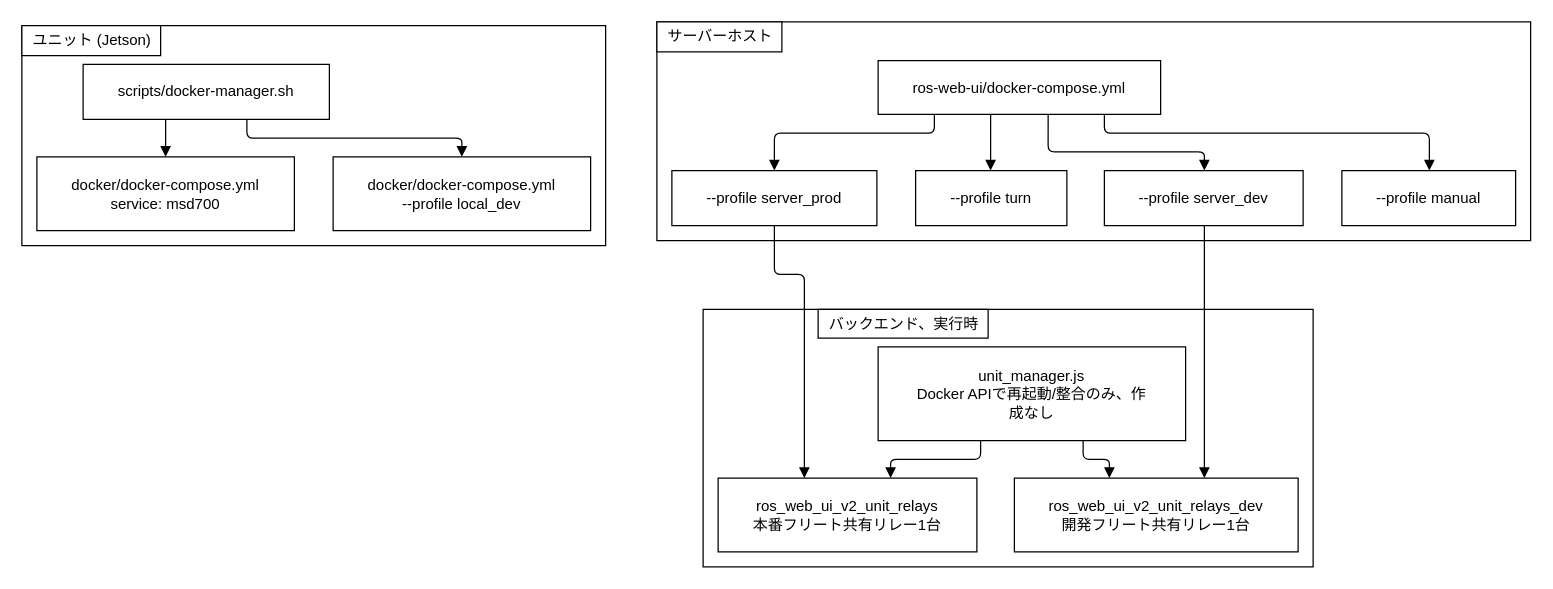
This is docs/ja/setup/diagrams/docker-reference-which-compose-file.drawio from itbdelaboprogramming/msd700_documentation, a draw.io file, before an edit. Source tidied: cells renumbered, new cells numbered last; positions are measured from the earlier drawing's top-left corner, leaving out a move shared by most shapes. Both pictures are drawn from the tidied source at 125%, with x=0, y=0 at pixel (21, 21).
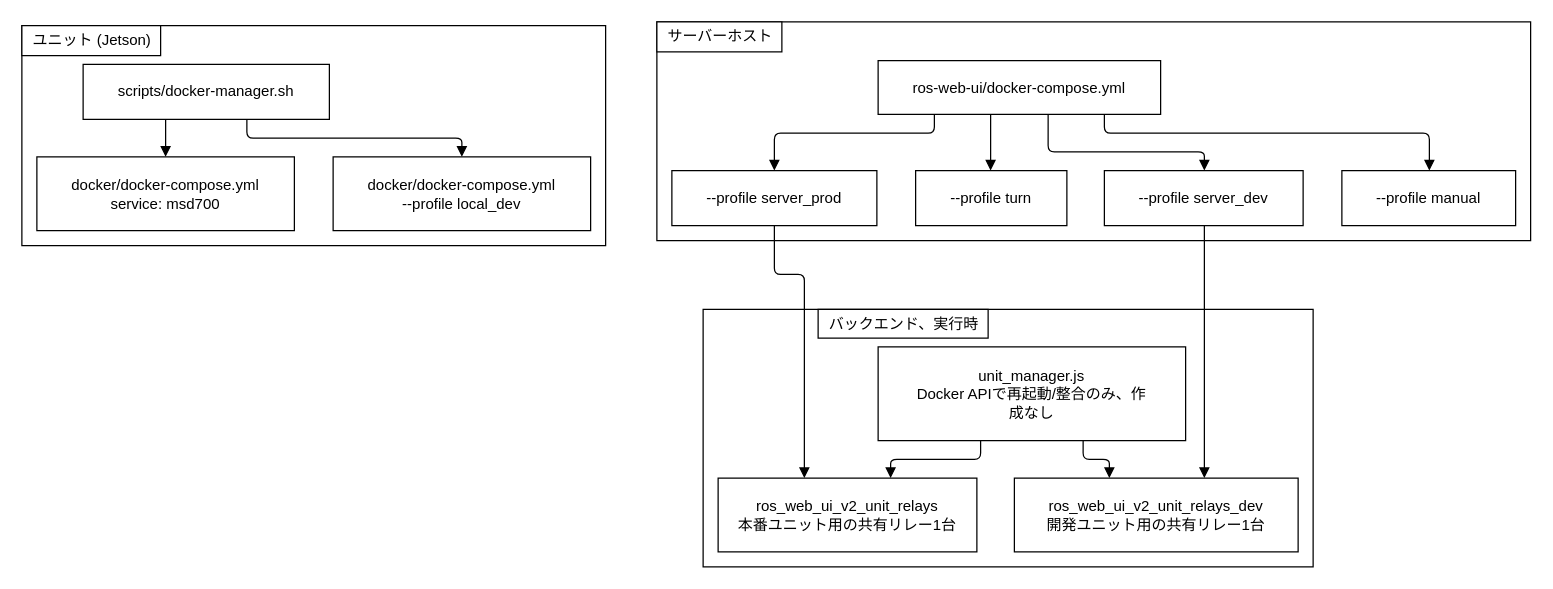
Above is the later version.

Unchanged cells that the change refers to:
```xml
<mxCell id="3" style="rounded=0;html=1;whiteSpace=wrap;fillColor=#ffffff;strokeColor=#000000;" parent="1" vertex="1">
  <mxGeometry x="545" y="230" width="488" height="206" as="geometry" />
</mxCell>
```

What changed in the source:
```diff
@@
-    <mxCell id="14" value="ros_web_ui_v2_unit_relays&lt;br&gt;本番フリート共有リレー1台" style="html=1;whiteSpace=wrap;fillColor=#ffffff;strokeColor=#000000;rounded=0;fontFamily=Helvetica;fontSize=12;fontColor=#000000;" parent="3" vertex="1">
+    <mxCell id="14" value="ros_web_ui_v2_unit_relays&lt;br&gt;本番ユニット用の共有リレー1台" style="html=1;whiteSpace=wrap;fillColor=#ffffff;strokeColor=#000000;rounded=0;fontFamily=Helvetica;fontSize=12;fontColor=#000000;" parent="3" vertex="1">
       <mxGeometry x="12" y="135" width="207" height="59" as="geometry" />
     </mxCell>
-    <mxCell id="15" value="ros_web_ui_v2_unit_relays_dev&lt;br&gt;開発フリート共有リレー1台" style="html=1;whiteSpace=wrap;fillColor=#ffffff;strokeColor=#000000;rounded=0;fontFamily=Helvetica;fontSize=12;fontColor=#000000;" parent="3" vertex="1">
+    <mxCell id="15" value="ros_web_ui_v2_unit_relays_dev&lt;br&gt;開発ユニット用の共有リレー1台" style="html=1;whiteSpace=wrap;fillColor=#ffffff;strokeColor=#000000;rounded=0;fontFamily=Helvetica;fontSize=12;fontColor=#000000;" parent="3" vertex="1">
       <mxGeometry x="249" y="135" width="227" height="59" as="geometry" />
     </mxCell>
```
